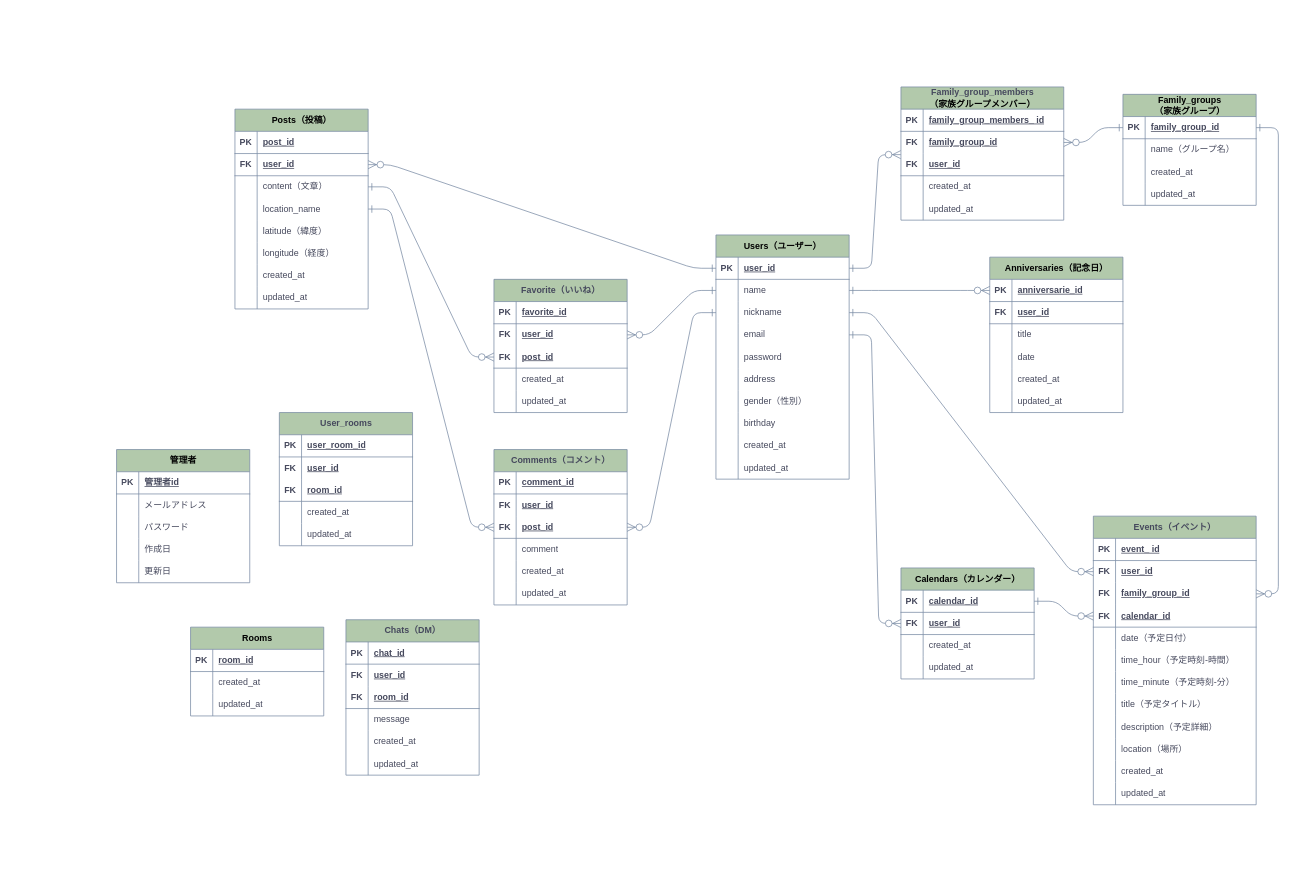
Ganmo3/drawio keeps this draw.io diagram as 家族インフラ.drawio. Above is the earlier version. Source tidied: cells renumbered, new cells numbered last; positions are measured from the earlier drawing's top-left corner, leaving out a move shared by most shapes. Both pictures are drawn from the tidied source at 74%, with x=0, y=0 at pixel (-484, -13).
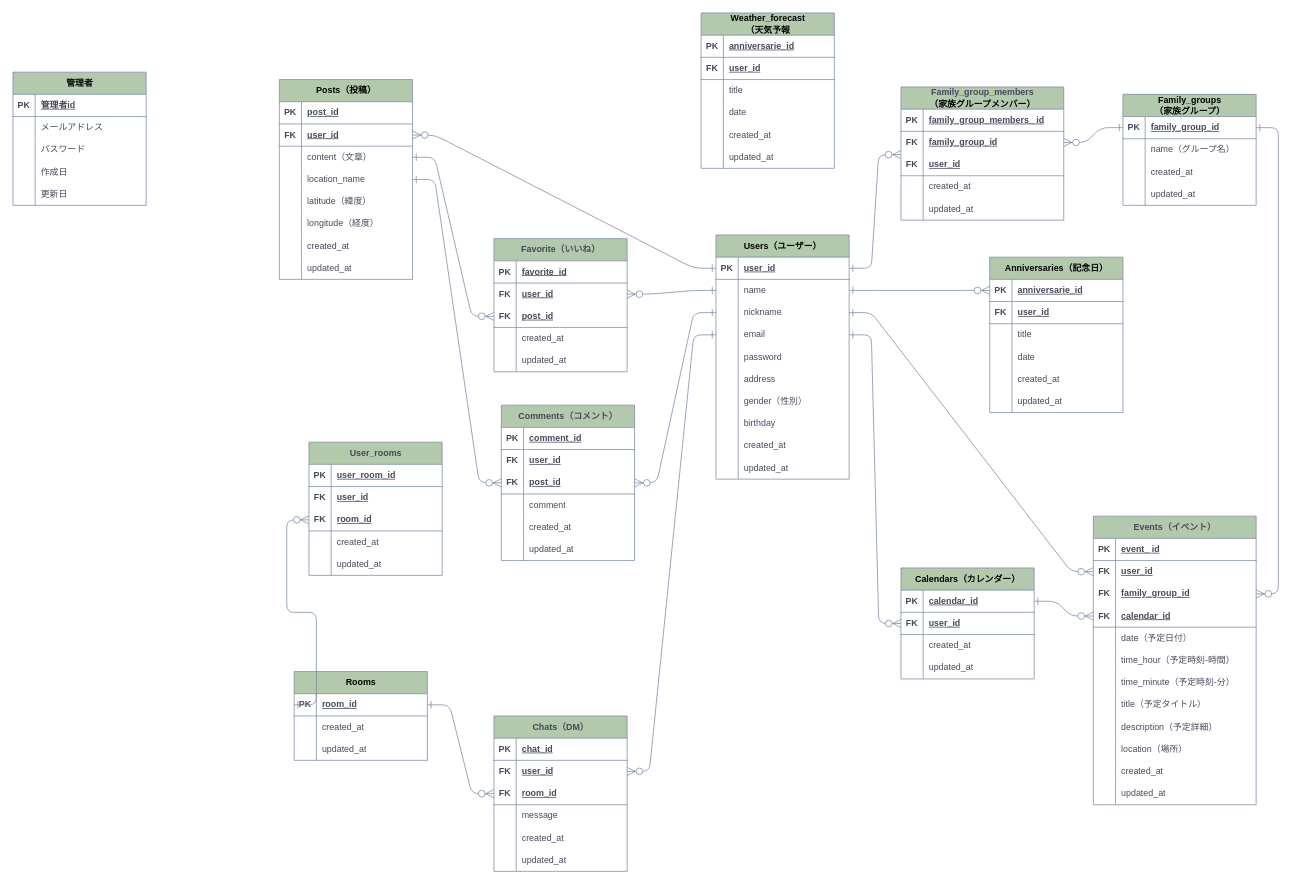
The same page after the edit.

Commit message (it also covers changes not shown here):
家族インフラ.drawio を更新します

The change refers to these unchanged cells:
```xml
<mxCell id="28" style="shape=tableRow;horizontal=0;startSize=0;swimlaneHead=0;swimlaneBody=0;fillColor=none;points=[[0,0.5],[1,0.5]];portConstraint=eastwest;top=0;left=0;right=0;bottom=0;strokeColor=#788AA3;fontFamily=Helvetica;fontSize=12;fontColor=#46495D;html=1;labelBackgroundColor=none;" parent="18" vertex="1">
  <mxGeometry y="120" width="180" height="30" as="geometry" />
</mxCell>
<mxCell id="234" style="shape=tableRow;horizontal=0;startSize=0;swimlaneHead=0;swimlaneBody=0;fillColor=none;points=[[0,0.5],[1,0.5]];portConstraint=eastwest;top=0;left=0;right=0;bottom=1;strokeColor=#788AA3;fontFamily=Helvetica;fontSize=12;fontColor=#46495D;html=1;labelBackgroundColor=none;" parent="227" vertex="1">
  <mxGeometry y="90" width="180" height="30" as="geometry" />
</mxCell>
<mxCell id="244" style="shape=tableRow;horizontal=0;startSize=0;swimlaneHead=0;swimlaneBody=0;fillColor=none;points=[[0,0.5],[1,0.5]];portConstraint=eastwest;top=0;left=0;right=0;bottom=1;strokeColor=#788AA3;fontFamily=Helvetica;fontSize=12;fontColor=#46495D;html=1;labelBackgroundColor=none;" parent="243" vertex="1">
  <mxGeometry y="30" width="180" height="30" as="geometry" />
</mxCell>
<mxCell id="257" style="shape=tableRow;horizontal=0;startSize=0;swimlaneHead=0;swimlaneBody=0;fillColor=none;points=[[0,0.5],[1,0.5]];portConstraint=eastwest;top=0;left=0;right=0;bottom=0;strokeColor=#788AA3;fontFamily=Helvetica;fontSize=12;fontColor=#46495D;html=1;labelBackgroundColor=none;" parent="253" vertex="1">
  <mxGeometry y="60" width="180" height="30" as="geometry" />
</mxCell>
<mxCell id="260" style="shape=tableRow;horizontal=0;startSize=0;swimlaneHead=0;swimlaneBody=0;fillColor=none;points=[[0,0.5],[1,0.5]];portConstraint=eastwest;top=0;left=0;right=0;bottom=1;strokeColor=#788AA3;fontFamily=Helvetica;fontSize=12;fontColor=#46495D;html=1;labelBackgroundColor=none;" parent="253" vertex="1">
  <mxGeometry y="90" width="180" height="30" as="geometry" />
</mxCell>
```

Change to the diagram source:
```diff
@@
     <mxCell id="2" value="&lt;font color=&quot;#000000&quot;&gt;管理者&lt;/font&gt;" style="shape=table;startSize=30;childLayout=tableLayout;rowLines=0;fontStyle=1;align=center;html=1;strokeColor=#788AA3;fontFamily=Helvetica;fontSize=12;fontColor=#46495D;fillColor=#B2C9AB;labelBackgroundColor=none;" parent="1" vertex="1">
-      <mxGeometry x="811" y="625" width="180" height="180" as="geometry" />
+      <mxGeometry x="671" y="115" width="180" height="180" as="geometry" />
     </mxCell>
@@
     <mxCell id="92" value="&lt;font color=&quot;#000000&quot;&gt;Posts（投稿）&lt;/font&gt;" style="shape=table;startSize=30;childLayout=tableLayout;rowLines=0;fontStyle=1;align=center;html=1;strokeColor=#788AA3;fontFamily=Helvetica;fontSize=12;fontColor=#46495D;fillColor=#B2C9AB;labelBackgroundColor=none;" parent="1" vertex="1">
-      <mxGeometry x="971" y="165" width="180" height="270" as="geometry" />
+      <mxGeometry x="1031" y="125" width="180" height="270" as="geometry" />
     </mxCell>
@@
     <mxCell id="188" value="Favorite（いいね）" style="shape=table;startSize=30;childLayout=tableLayout;rowLines=0;fontStyle=1;align=center;html=1;strokeColor=#788AA3;fontFamily=Helvetica;fontSize=12;fillColor=#B2C9AB;labelBackgroundColor=none;fontColor=#46495D;" parent="1" vertex="1">
-      <mxGeometry x="1321" y="395" width="180" height="180" as="geometry" />
+      <mxGeometry x="1321" y="340" width="180" height="180" as="geometry" />
     </mxCell>
@@
     <mxCell id="206" value="Comments（コメント）" style="shape=table;startSize=30;childLayout=tableLayout;rowLines=0;fontStyle=1;align=center;html=1;strokeColor=#788AA3;fontFamily=Helvetica;fontSize=12;fillColor=#B2C9AB;labelBackgroundColor=none;fontColor=#46495D;" parent="1" vertex="1">
-      <mxGeometry x="1321" y="625" width="180" height="210" as="geometry" />
+      <mxGeometry x="1331" y="565" width="180" height="210" as="geometry" />
     </mxCell>
@@
     <mxCell id="227" value="User_rooms" style="shape=table;startSize=30;childLayout=tableLayout;rowLines=0;fontStyle=1;align=center;html=1;strokeColor=#788AA3;fontFamily=Helvetica;fontSize=12;fillColor=#B2C9AB;labelBackgroundColor=none;fontColor=#46495D;" parent="1" vertex="1">
-      <mxGeometry x="1031" y="575" width="180" height="180" as="geometry" />
+      <mxGeometry x="1071" y="615" width="180" height="180" as="geometry" />
     </mxCell>
@@
     <mxCell id="243" value="&lt;font color=&quot;#000000&quot;&gt;Rooms&lt;/font&gt;" style="shape=table;startSize=30;childLayout=tableLayout;rowLines=0;fontStyle=1;align=center;html=1;strokeColor=#788AA3;fontFamily=Helvetica;fontSize=12;fontColor=#46495D;fillColor=#B2C9AB;labelBackgroundColor=none;" parent="1" vertex="1">
-      <mxGeometry x="911" y="865" width="180" height="120" as="geometry" />
+      <mxGeometry x="1051" y="925" width="180" height="120" as="geometry" />
     </mxCell>
@@
     <mxCell id="253" value="Chats（DM）" style="shape=table;startSize=30;childLayout=tableLayout;rowLines=0;fontStyle=1;align=center;html=1;strokeColor=#788AA3;fontFamily=Helvetica;fontSize=12;fillColor=#B2C9AB;labelBackgroundColor=none;fontColor=#46495D;" parent="1" vertex="1">
-      <mxGeometry x="1121" y="855" width="180" height="210" as="geometry" />
+      <mxGeometry x="1321" y="985" width="180" height="210" as="geometry" />
     </mxCell>
@@
+    <mxCell id="272" style="edgeStyle=entityRelationEdgeStyle;fontSize=12;html=1;endArrow=ERzeroToMany;endFill=1;fontFamily=Helvetica;fontColor=default;startSize=8;rounded=1;entryX=1;entryY=0.5;entryDx=0;entryDy=0;startArrow=ERone;startFill=0;endSize=9;labelBackgroundColor=none;strokeColor=#788AA3;exitX=0;exitY=0.5;exitDx=0;exitDy=0;" parent="1" edge="1" source="28" target="257">
+      <mxGeometry relative="1" as="geometry">
+        <Array as="points">
+          <mxPoint x="611" y="1450" />
+          <mxPoint x="401" y="930" />
+        </Array>
+      </mxGeometry>
+    </mxCell>
+    <mxCell id="273" style="edgeStyle=entityRelationEdgeStyle;fontSize=12;html=1;endArrow=ERzeroToMany;endFill=1;fontFamily=Helvetica;fontColor=default;startSize=8;rounded=1;startArrow=ERone;startFill=0;endSize=9;labelBackgroundColor=none;strokeColor=#788AA3;exitX=1;exitY=0.5;exitDx=0;exitDy=0;" parent="1" edge="1" source="244" target="260">
+      <mxGeometry relative="1" as="geometry">
+        <Array as="points">
+          <mxPoint x="210" y="1174" />
+          <mxPoint y="654" />
+        </Array>
+      </mxGeometry>
+    </mxCell>
+    <mxCell id="274" style="edgeStyle=entityRelationEdgeStyle;fontSize=12;html=1;endArrow=ERzeroToMany;endFill=1;fontFamily=Helvetica;fontColor=default;startSize=8;rounded=1;startArrow=ERone;startFill=0;endSize=9;labelBackgroundColor=none;strokeColor=#788AA3;exitX=0;exitY=0.5;exitDx=0;exitDy=0;entryX=0;entryY=0.5;entryDx=0;entryDy=0;" parent="1" edge="1" source="244" target="234">
+      <mxGeometry relative="1" as="geometry">
+        <Array as="points">
+          <mxPoint x="200" y="1019" />
+          <mxPoint x="-10" y="499" />
+        </Array>
+      </mxGeometry>
+    </mxCell>
+    <mxCell id="275" value="&lt;font color=&quot;#000000&quot;&gt;Weather_forecast&lt;br&gt;（天気予報&lt;br&gt;&lt;/font&gt;" style="shape=table;startSize=30;childLayout=tableLayout;rowLines=0;fontStyle=1;align=center;html=1;strokeColor=#788AA3;fontFamily=Helvetica;fontSize=12;fillColor=#B2C9AB;labelBackgroundColor=none;fontColor=#46495D;" parent="1" vertex="1">
+      <mxGeometry x="1601" y="35" width="180" height="210" as="geometry" />
+    </mxCell>
+    <mxCell id="276" style="shape=tableRow;horizontal=0;startSize=0;swimlaneHead=0;swimlaneBody=0;fillColor=none;top=0;left=0;right=0;bottom=1;strokeColor=#788AA3;fontFamily=Helvetica;fontSize=12;fontColor=#46495D;html=1;labelBackgroundColor=none;" parent="275" vertex="1">
+      <mxGeometry y="30" width="180" height="30" as="geometry" />
+    </mxCell>
+    <mxCell id="277" value="PK" style="shape=partialRectangle;fillColor=none;top=0;left=0;bottom=0;right=0;fontStyle=1;overflow=hidden;whiteSpace=wrap;html=1;strokeColor=#788AA3;fontFamily=Helvetica;fontSize=12;fontColor=#46495D;startSize=23;labelBackgroundColor=none;" parent="276" vertex="1">
+      <mxGeometry width="30" height="30" as="geometry" />
+    </mxCell>
+    <mxCell id="278" value="anniversarie_id" style="shape=partialRectangle;fillColor=none;top=0;left=0;bottom=0;right=0;align=left;spacingLeft=6;fontStyle=5;overflow=hidden;whiteSpace=wrap;html=1;strokeColor=#788AA3;fontFamily=Helvetica;fontSize=12;fontColor=#46495D;startSize=23;labelBackgroundColor=none;" parent="276" vertex="1">
+      <mxGeometry x="30" width="150" height="30" as="geometry" />
+    </mxCell>
+    <mxCell id="279" style="shape=tableRow;horizontal=0;startSize=0;swimlaneHead=0;swimlaneBody=0;fillColor=none;top=0;left=0;right=0;bottom=1;strokeColor=#788AA3;fontFamily=Helvetica;fontSize=12;fontColor=#46495D;html=1;labelBackgroundColor=none;" parent="275" vertex="1">
+      <mxGeometry y="60" width="180" height="30" as="geometry" />
+    </mxCell>
+    <mxCell id="280" value="FK" style="shape=partialRectangle;fillColor=none;top=0;left=0;bottom=0;right=0;fontStyle=1;overflow=hidden;whiteSpace=wrap;html=1;strokeColor=#788AA3;fontFamily=Helvetica;fontSize=12;fontColor=#46495D;startSize=23;labelBackgroundColor=none;" parent="279" vertex="1">
+      <mxGeometry width="30" height="30" as="geometry" />
+    </mxCell>
+    <mxCell id="281" value="user_id" style="shape=partialRectangle;fillColor=none;top=0;left=0;bottom=0;right=0;align=left;spacingLeft=6;fontStyle=5;overflow=hidden;whiteSpace=wrap;html=1;strokeColor=#788AA3;fontFamily=Helvetica;fontSize=12;fontColor=#46495D;startSize=23;labelBackgroundColor=none;" parent="279" vertex="1">
+      <mxGeometry x="30" width="150" height="30" as="geometry" />
+    </mxCell>
+    <mxCell id="282" style="shape=tableRow;horizontal=0;startSize=0;swimlaneHead=0;swimlaneBody=0;fillColor=none;top=0;left=0;right=0;bottom=0;strokeColor=#788AA3;fontFamily=Helvetica;fontSize=12;fontColor=#46495D;html=1;labelBackgroundColor=none;" parent="275" vertex="1">
+      <mxGeometry y="90" width="180" height="30" as="geometry" />
+    </mxCell>
+    <mxCell id="283" style="shape=partialRectangle;fillColor=none;top=0;left=0;bottom=0;right=0;overflow=hidden;whiteSpace=wrap;html=1;strokeColor=#788AA3;fontFamily=Helvetica;fontSize=12;fontColor=#46495D;startSize=23;labelBackgroundColor=none;" parent="282" vertex="1">
+      <mxGeometry width="30" height="30" as="geometry" />
+    </mxCell>
+    <mxCell id="284" value="title" style="shape=partialRectangle;fillColor=none;top=0;left=0;bottom=0;right=0;align=left;spacingLeft=6;overflow=hidden;whiteSpace=wrap;html=1;strokeColor=#788AA3;fontFamily=Helvetica;fontSize=12;fontColor=#46495D;startSize=23;labelBackgroundColor=none;" parent="282" vertex="1">
+      <mxGeometry x="30" width="150" height="30" as="geometry" />
+    </mxCell>
+    <mxCell id="285" style="shape=tableRow;horizontal=0;startSize=0;swimlaneHead=0;swimlaneBody=0;fillColor=none;top=0;left=0;right=0;bottom=0;strokeColor=#788AA3;fontFamily=Helvetica;fontSize=12;fontColor=#46495D;html=1;labelBackgroundColor=none;" parent="275" vertex="1">
+      <mxGeometry y="120" width="180" height="30" as="geometry" />
+    </mxCell>
+    <mxCell id="286" style="shape=partialRectangle;fillColor=none;top=0;left=0;bottom=0;right=0;overflow=hidden;whiteSpace=wrap;html=1;strokeColor=#788AA3;fontFamily=Helvetica;fontSize=12;fontColor=#46495D;startSize=23;labelBackgroundColor=none;" parent="285" vertex="1">
+      <mxGeometry width="30" height="30" as="geometry" />
+    </mxCell>
+    <mxCell id="287" value="date" style="shape=partialRectangle;fillColor=none;top=0;left=0;bottom=0;right=0;align=left;spacingLeft=6;overflow=hidden;whiteSpace=wrap;html=1;strokeColor=#788AA3;fontFamily=Helvetica;fontSize=12;fontColor=#46495D;startSize=23;labelBackgroundColor=none;" parent="285" vertex="1">
+      <mxGeometry x="30" width="150" height="30" as="geometry" />
+    </mxCell>
+    <mxCell id="288" style="shape=tableRow;horizontal=0;startSize=0;swimlaneHead=0;swimlaneBody=0;fillColor=none;top=0;left=0;right=0;bottom=0;strokeColor=#788AA3;fontFamily=Helvetica;fontSize=12;fontColor=#46495D;html=1;labelBackgroundColor=none;" parent="275" vertex="1">
+      <mxGeometry y="150" width="180" height="30" as="geometry" />
+    </mxCell>
+    <mxCell id="289" style="shape=partialRectangle;fillColor=none;top=0;left=0;bottom=0;right=0;overflow=hidden;whiteSpace=wrap;html=1;strokeColor=#788AA3;fontFamily=Helvetica;fontSize=12;fontColor=#46495D;startSize=23;labelBackgroundColor=none;" parent="288" vertex="1">
+      <mxGeometry width="30" height="30" as="geometry" />
+    </mxCell>
+    <mxCell id="290" value="created_at" style="shape=partialRectangle;fillColor=none;top=0;left=0;bottom=0;right=0;align=left;spacingLeft=6;overflow=hidden;whiteSpace=wrap;html=1;strokeColor=#788AA3;fontFamily=Helvetica;fontSize=12;fontColor=#46495D;startSize=23;labelBackgroundColor=none;" parent="288" vertex="1">
+      <mxGeometry x="30" width="150" height="30" as="geometry" />
+    </mxCell>
+    <mxCell id="291" style="shape=tableRow;horizontal=0;startSize=0;swimlaneHead=0;swimlaneBody=0;fillColor=none;top=0;left=0;right=0;bottom=0;strokeColor=#788AA3;fontFamily=Helvetica;fontSize=12;fontColor=#46495D;html=1;labelBackgroundColor=none;" parent="275" vertex="1">
+      <mxGeometry y="180" width="180" height="30" as="geometry" />
+    </mxCell>
+    <mxCell id="292" style="shape=partialRectangle;fillColor=none;top=0;left=0;bottom=0;right=0;overflow=hidden;whiteSpace=wrap;html=1;strokeColor=#788AA3;fontFamily=Helvetica;fontSize=12;fontColor=#46495D;startSize=23;labelBackgroundColor=none;" parent="291" vertex="1">
+      <mxGeometry width="30" height="30" as="geometry" />
+    </mxCell>
+    <mxCell id="293" value="updated_at" style="shape=partialRectangle;fillColor=none;top=0;left=0;bottom=0;right=0;align=left;spacingLeft=6;overflow=hidden;whiteSpace=wrap;html=1;strokeColor=#788AA3;fontFamily=Helvetica;fontSize=12;fontColor=#46495D;startSize=23;labelBackgroundColor=none;" parent="291" vertex="1">
+      <mxGeometry x="30" width="150" height="30" as="geometry" />
+    </mxCell>
```
